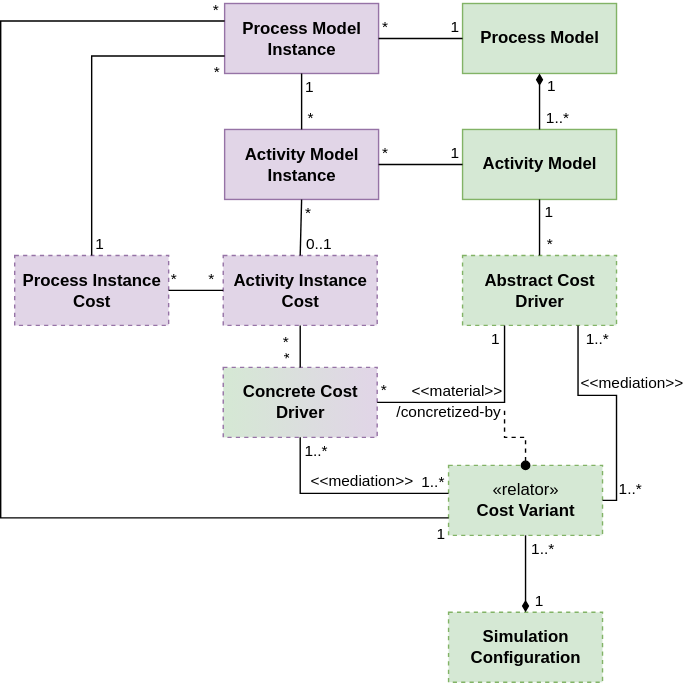
Above: metamodel.svg in fyndalf/master-thesis (draw.io), before the change. Source tidied: cells renumbered, new cells last; positions are measured from the earlier drawing's top-left corner, leaving out a move shared by most shapes.
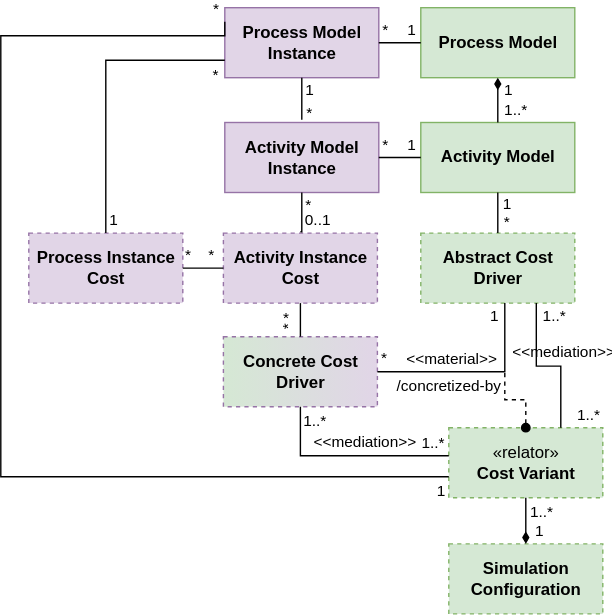
After the change.

What changed in the source:
```diff
@@ -3,39 +3,39 @@
     <mxCell id="0" />
     <mxCell id="1" parent="0" />
     <mxCell id="2" value="&lt;div&gt;Activity Model&lt;/div&gt;&lt;div&gt;Instance&lt;/div&gt;" style="html=1;fontStyle=1;fillColor=#e1d5e7;strokeColor=#9673a6;" parent="1" vertex="1">
-      <mxGeometry x="160" y="90" width="110" height="50" as="geometry" />
+      <mxGeometry x="160" y="82" width="110" height="50" as="geometry" />
     </mxCell>
     <mxCell id="3" value="Activity Model" style="html=1;fontStyle=1;fillColor=#d5e8d4;strokeColor=#82b366;" parent="1" vertex="1">
-      <mxGeometry x="330" y="90" width="110" height="50" as="geometry" />
+      <mxGeometry x="300" y="82" width="110" height="50" as="geometry" />
     </mxCell>
     <mxCell id="4" value="&lt;span&gt;Process Model&lt;/span&gt;" style="html=1;fontStyle=1;fillColor=#d5e8d4;strokeColor=#82b366;" parent="1" vertex="1">
-      <mxGeometry x="330" width="110" height="50" as="geometry" />
+      <mxGeometry x="300" width="110" height="50" as="geometry" />
     </mxCell>
     <mxCell id="5" value="&lt;div&gt;&lt;span&gt;Process Model&lt;/span&gt;&lt;/div&gt;&lt;div&gt;&lt;span&gt;Instance&lt;/span&gt;&lt;/div&gt;" style="html=1;fontStyle=1;fillColor=#e1d5e7;strokeColor=#9673a6;" parent="1" vertex="1">
       <mxGeometry x="160" width="110" height="50" as="geometry" />
     </mxCell>
     <mxCell id="6" value="Abstract Cost&lt;br&gt;Driver" style="html=1;fontStyle=1;fillColor=#d5e8d4;strokeColor=#82b366;dashed=1;" parent="1" vertex="1">
-      <mxGeometry x="330" y="180" width="110" height="50" as="geometry" />
+      <mxGeometry x="300" y="161" width="110" height="50" as="geometry" />
     </mxCell>
     <mxCell id="7" value="Activity Instance&lt;br&gt;Cost" style="html=1;fontStyle=1;fillColor=#e1d5e7;strokeColor=#9673a6;dashed=1;" parent="1" vertex="1">
-      <mxGeometry x="159" y="180" width="110" height="50" as="geometry" />
+      <mxGeometry x="159" y="161" width="110" height="50" as="geometry" />
     </mxCell>
     <mxCell id="8" value="&lt;span style=&quot;font-weight: normal&quot;&gt;«relator»&lt;/span&gt;&lt;span&gt;&lt;br&gt;Cost Variant&lt;/span&gt;&lt;br&gt;&lt;span&gt;&lt;/span&gt;" style="html=1;fontStyle=1;fillColor=#d5e8d4;strokeColor=#82b366;dashed=1;" parent="1" vertex="1">
-      <mxGeometry x="320" y="330" width="110" height="50" as="geometry" />
+      <mxGeometry x="320" y="300" width="110" height="50" as="geometry" />
     </mxCell>
     <mxCell id="9" value="Concrete Cost&lt;br&gt;Driver" style="html=1;fontStyle=1;fillColor=#e1d5e7;strokeColor=#9673a6;dashed=1;gradientDirection=west;gradientColor=#D5E8D4;" parent="1" vertex="1">
-      <mxGeometry x="159" y="260" width="110" height="50" as="geometry" />
+      <mxGeometry x="159" y="235" width="110" height="50" as="geometry" />
     </mxCell>
     <mxCell id="10" value="Simulation&lt;br&gt;Configuration" style="html=1;fontStyle=1;fillColor=#d5e8d4;strokeColor=#82b366;dashed=1;" parent="1" vertex="1">
-      <mxGeometry x="320" y="435" width="110" height="50" as="geometry" />
+      <mxGeometry x="320" y="383" width="110" height="50" as="geometry" />
     </mxCell>
     <mxCell id="11" value="Process Instance&lt;br&gt;Cost" style="html=1;fontStyle=1;fillColor=#e1d5e7;strokeColor=#9673a6;dashed=1;" parent="1" vertex="1">
-      <mxGeometry x="10" y="180" width="110" height="50" as="geometry" />
+      <mxGeometry x="20" y="161" width="110" height="50" as="geometry" />
     </mxCell>
     <mxCell id="12" style="endArrow=none;html=1;edgeStyle=orthogonalEdgeStyle;rounded=0;exitX=1;exitY=0.5;exitDx=0;exitDy=0;labelBackgroundColor=none;" parent="1" edge="1" source="9" target="6">
       <mxGeometry relative="1" as="geometry">
         <Array as="points">
-          <mxPoint x="360" y="285" />
+          <mxPoint x="360" y="260" />
         </Array>
       </mxGeometry>
     </mxCell>
@@ -93,12 +93,14 @@
         <mxPoint x="21" y="18" as="offset" />
       </mxGeometry>
     </mxCell>
-    <mxCell id="25" style="endArrow=none;html=1;edgeStyle=orthogonalEdgeStyle;rounded=0;entryX=0;entryY=0.75;entryDx=0;entryDy=0;exitX=0;exitY=0.25;exitDx=0;exitDy=0;labelBackgroundColor=none;" parent="1" edge="1" source="5" target="8">
+    <mxCell id="25" style="endArrow=none;html=1;edgeStyle=orthogonalEdgeStyle;rounded=0;entryX=0;entryY=0.75;entryDx=0;entryDy=0;exitX=0;exitY=0.25;exitDx=0;exitDy=0;labelBackgroundColor=none;" parent="1" edge="1">
       <mxGeometry relative="1" as="geometry">
+        <mxPoint x="160" y="10" as="sourcePoint" />
+        <mxPoint x="320" y="335" as="targetPoint" />
         <Array as="points">
-          <mxPoint y="13" />
-          <mxPoint y="368" />
-          <mxPoint x="320" y="368" />
+          <mxPoint x="160" y="20" />
+          <mxPoint y="20" />
+          <mxPoint y="335" />
         </Array>
       </mxGeometry>
     </mxCell>
@@ -115,7 +117,7 @@
     <mxCell id="28" style="endArrow=none;html=1;edgeStyle=orthogonalEdgeStyle;rounded=0;entryX=0.5;entryY=1;entryDx=0;entryDy=0;labelBackgroundColor=none;" parent="1" edge="1" source="8" target="9">
       <mxGeometry relative="1" as="geometry">
         <Array as="points">
-          <mxPoint x="214" y="350" />
+          <mxPoint x="214" y="320" />
         </Array>
       </mxGeometry>
     </mxCell>
@@ -162,7 +164,7 @@
     </mxCell>
     <mxCell id="38" style="endArrow=none;html=1;edgeStyle=orthogonalEdgeStyle;rounded=0;exitX=0.5;exitY=1;exitDx=0;exitDy=0;labelBackgroundColor=none;" parent="1" edge="1" source="5">
       <mxGeometry relative="1" as="geometry">
-        <mxPoint x="215" y="90" as="targetPoint" />
+        <mxPoint x="215" y="80" as="targetPoint" />
       </mxGeometry>
     </mxCell>
     <mxCell id="39" value="1" style="edgeLabel;html=1;align=left;verticalAlign=bottom;labelBackgroundColor=none;" parent="38" vertex="1">
@@ -172,13 +174,14 @@
     </mxCell>
     <mxCell id="40" value="*" style="edgeLabel;html=1;align=right;verticalAlign=bottom;labelBackgroundColor=none;" parent="38" vertex="1">
       <mxGeometry x="1" relative="1" as="geometry">
-        <mxPoint x="9" as="offset" />
+        <mxPoint x="9" y="4" as="offset" />
       </mxGeometry>
     </mxCell>
     <mxCell id="41" style="endArrow=none;html=1;edgeStyle=orthogonalEdgeStyle;rounded=0;exitX=0.5;exitY=1;exitDx=0;exitDy=0;entryX=0.5;entryY=0;entryDx=0;entryDy=0;labelBackgroundColor=none;" parent="1" edge="1" source="2" target="7">
       <mxGeometry relative="1" as="geometry">
         <Array as="points">
-          <mxPoint x="215" y="180" />
+          <mxPoint x="215" y="160" />
+          <mxPoint x="214" y="160" />
         </Array>
       </mxGeometry>
     </mxCell>
@@ -218,8 +221,14 @@
         <mxPoint y="-10" as="offset" />
       </mxGeometry>
     </mxCell>
-    <mxCell id="50" style="endArrow=none;html=1;edgeStyle=orthogonalEdgeStyle;rounded=0;exitX=1;exitY=0.5;exitDx=0;exitDy=0;entryX=0.75;entryY=1;entryDx=0;entryDy=0;labelBackgroundColor=none;" parent="1" edge="1" source="8" target="6">
-      <mxGeometry relative="1" as="geometry" />
+    <mxCell id="50" style="endArrow=none;html=1;edgeStyle=orthogonalEdgeStyle;rounded=0;entryX=0.75;entryY=1;entryDx=0;entryDy=0;labelBackgroundColor=none;" parent="1" edge="1" target="6">
+      <mxGeometry relative="1" as="geometry">
+        <mxPoint x="400" y="300" as="sourcePoint" />
+        <Array as="points">
+          <mxPoint x="400" y="256" />
+          <mxPoint x="383" y="256" />
+        </Array>
+      </mxGeometry>
     </mxCell>
     <mxCell id="51" value="1..*" style="edgeLabel;html=1;align=left;verticalAlign=bottom;labelBackgroundColor=none;" parent="50" vertex="1">
       <mxGeometry x="-1" relative="1" as="geometry">
@@ -238,12 +247,16 @@
     </mxCell>
     <mxCell id="54" style="edgeStyle=orthogonalEdgeStyle;rounded=0;jettySize=auto;html=1;exitX=0.5;exitY=0;exitDx=0;exitDy=0;endArrow=none;endFill=0;startArrow=oval;startFill=1;dashed=1;labelBackgroundColor=none;" parent="1" edge="1" source="8">
       <mxGeometry relative="1" as="geometry">
-        <mxPoint x="360" y="290" as="targetPoint" />
+        <mxPoint x="360" y="260" as="targetPoint" />
+        <Array as="points">
+          <mxPoint x="375" y="280" />
+          <mxPoint x="360" y="280" />
+        </Array>
       </mxGeometry>
     </mxCell>
     <mxCell id="55" value="/concretized-by" style="edgeLabel;html=1;align=center;verticalAlign=middle;labelBackgroundColor=none;" parent="54" vertex="1">
       <mxGeometry x="-0.18" y="-3" relative="1" as="geometry">
-        <mxPoint x="-53" y="-16" as="offset" />
+        <mxPoint x="-53" y="-7" as="offset" />
       </mxGeometry>
     </mxCell>
     <mxCell id="56" style="endArrow=none;html=1;edgeStyle=orthogonalEdgeStyle;rounded=0;exitX=1;exitY=0.5;exitDx=0;exitDy=0;entryX=0;entryY=0.5;entryDx=0;entryDy=0;labelBackgroundColor=none;" parent="1" edge="1" source="11" target="7">
```
